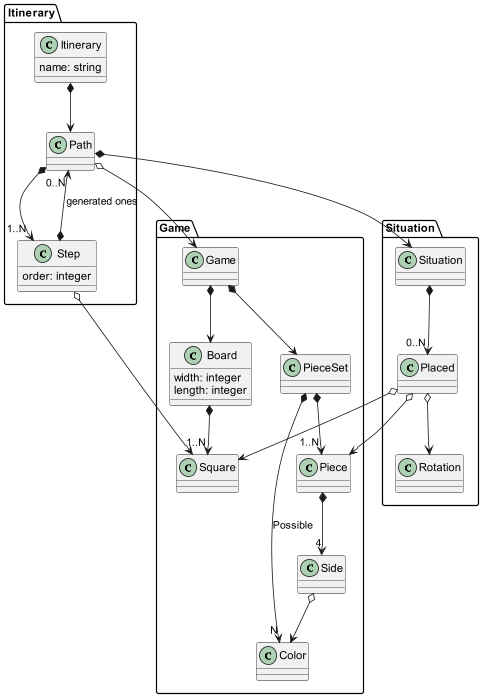
Earlier version of the PlantUML export doc/DomainModelDiagram/DomainModelDiagram.png (IgnacioMaestro/Eternity2).
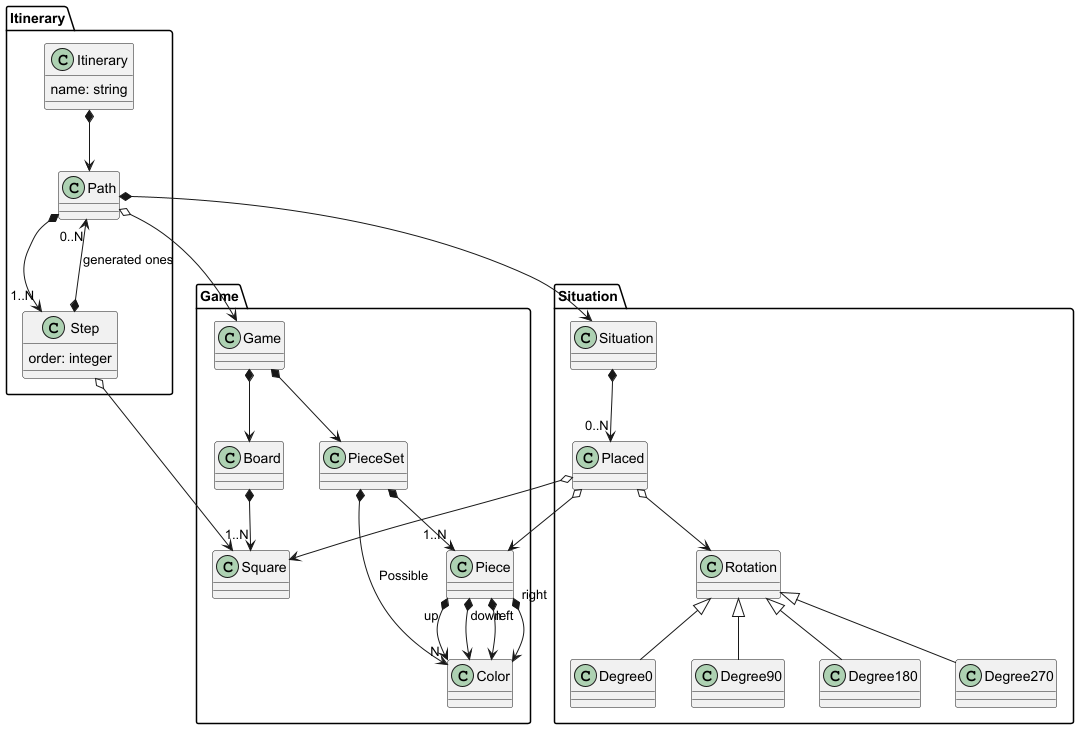
Above is the later version.

Commit message:
feat: improve diagram

Diff of the diagram source:
```diff
@@ -1,44 +1,49 @@
 @startuml
 package Game{
-class Game
-class Board {
-    width: integer
-    length: integer
-}
-class Square
-class PieceSet
-class Piece
-class Color
-class Side
-Game *--> Board
-Game *--> PieceSet
-Board *--> "1..N" Square
-PieceSet *--> "N" Color: Possible
-Piece *--> "4" Side
-PieceSet *--> "1..N" Piece
-Side o--> Color
+    class Game
+    class Board
+    class Square
+    class PieceSet
+    class Piece
+    class Color
+
+    Game *--> Board
+    Game *--> PieceSet
+    Board *--> "1..N" Square
+    PieceSet *--> "N" Color: Possible
+    Piece "up" *--> Color
+    Piece "down" *--> Color
+    Piece "left" *--> Color
+    Piece "right" *--> Color
+    PieceSet *--> "1..N" Piece
 }
 package Situation {
-class Situation
-class Placed
-class Rotation
-Placed o--> Rotation
-Situation *--> "0..N" Placed
+    class Situation
+    class Placed
+    class Rotation
+
+    Placed o--> Rotation
+    Situation *--> "0..N" Placed
+    Rotation <|-- Degree0
+    Rotation <|-- Degree90
+    Rotation <|-- Degree180
+    Rotation <|-- Degree270
 }
 package Itinerary {
-class Itinerary {
-name: string
+    class Itinerary {
+        name: string
+    }
+    class Path
+    class Step {
+        order: integer
+    }
+
+    Path *--> "1..N" Step
+    Itinerary *--> Path
+    Step *--> "0..N" Path : "generated ones"
 }
-class Path
-class Step {
-order: integer
-}
-Path *--> "1..N" Step
-Itinerary *--> Path
-Step *--> "0..N" Path : "generated ones"
-}
-Path o--> Game
-Path *--> Situation
+Path o--> Game.Game
+Path *--> Situation.Situation
 Placed o--> Square
 Placed o--> Piece
 Step o--> Square
```
